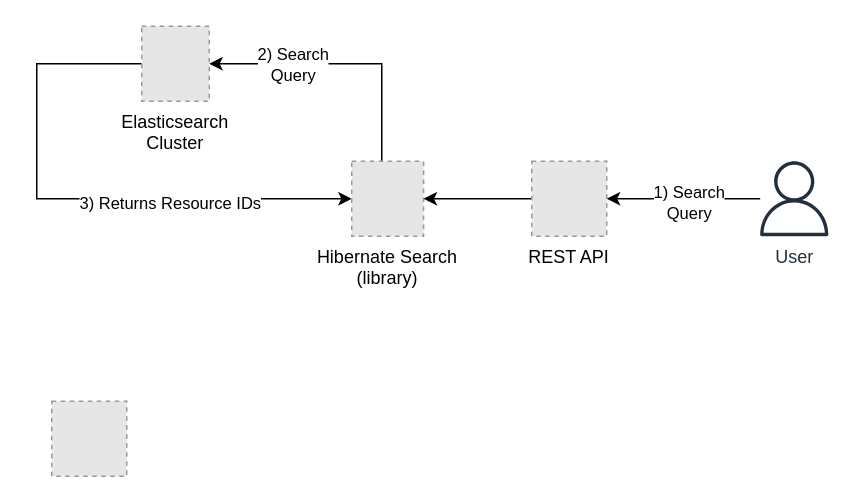
The draw.io diagram diagrams/elastic-search-architecture.drawio in Sage-Bionetworks/sage-monorepo, before the edit. Source tidied: cells renumbered, new cells numbered last; positions are measured from the earlier drawing's top-left corner, leaving out a move shared by most shapes. Both pictures are drawn from the tidied source at 150%, with x=0, y=0 at pixel (36, 26). Pictures stored in the file or linked from it are replaced by grey dashed boxes.
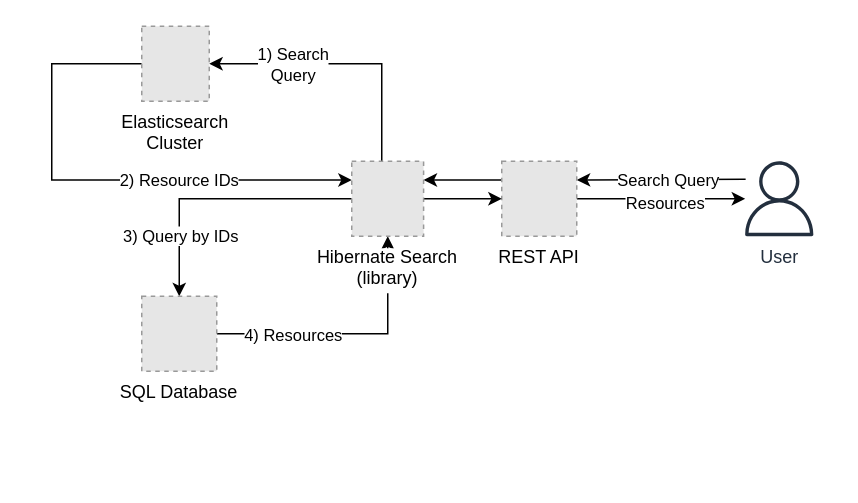
The same diagram, later.

The change refers to these unchanged cells:
```xml
<mxCell id="4" value="Elasticsearch&#10;Cluster&#10;" style="fillColor=#E6E6E6;strokeColor=#999999;dashed=1;verticalLabelPosition=bottom;labelBackgroundColor=default;verticalAlign=top;" parent="1" vertex="1">
  <mxGeometry x="70" width="45" height="50" as="geometry" />
</mxCell>
<mxCell id="5" style="edgeStyle=orthogonalEdgeStyle;rounded=0;jettySize=auto;html=1;entryX=1;entryY=0.5;entryDx=0;entryDy=0;" parent="1" edge="1" source="7" target="4">
  <mxGeometry relative="1" as="geometry">
    <Array as="points">
      <mxPoint x="230" y="25" />
    </Array>
  </mxGeometry>
</mxCell>
<mxCell id="7" value="Hibernate Search&#10;(library)&#10;" style="fillColor=#E6E6E6;strokeColor=#999999;dashed=1;verticalLabelPosition=bottom;labelBackgroundColor=default;verticalAlign=top;" parent="1" vertex="1">
  <mxGeometry x="210" y="90" width="47.9" height="50" as="geometry" />
</mxCell>
```

The edit, as a diff of the source:
```diff
@@
-    <mxCell id="2" style="edgeStyle=orthogonalEdgeStyle;rounded=0;jettySize=auto;html=1;entryX=0;entryY=0.5;entryDx=0;entryDy=0;" parent="1" edge="1" source="4" target="7">
+    <mxCell id="2" style="edgeStyle=orthogonalEdgeStyle;rounded=0;jettySize=auto;html=1;entryX=0;entryY=0.25;entryDx=0;entryDy=0;" parent="1" edge="1" source="4" target="7">
       <mxGeometry relative="1" as="geometry">
         <Array as="points">
-          <mxPoint y="25" />
-          <mxPoint y="115" />
+          <mxPoint x="10" y="25" />
+          <mxPoint x="10" y="103" />
+          <mxPoint x="210" y="103" />
         </Array>
       </mxGeometry>
     </mxCell>
-    <mxCell id="3" value="3) Returns Resource IDs" style="edgeLabel;html=1;align=center;verticalAlign=middle;" parent="2" vertex="1">
-      <mxGeometry x="0.34" y="-2" relative="1" as="geometry" />
+    <mxCell id="3" value="2) Resource IDs" style="edgeLabel;html=1;align=center;verticalAlign=middle;" parent="2" vertex="1">
+      <mxGeometry x="0.34" y="-2" relative="1" as="geometry">
+        <mxPoint x="-4" y="-2" as="offset" />
+      </mxGeometry>
     </mxCell>
@@
-    <mxCell id="6" value="&lt;div&gt;2) Search&lt;/div&gt;&lt;div&gt;Query&lt;br&gt;&lt;/div&gt;" style="edgeLabel;html=1;align=center;verticalAlign=middle;" parent="5" vertex="1">
+    <mxCell id="6" value="&lt;div&gt;1) Search&lt;/div&gt;&lt;div&gt;Query&lt;br&gt;&lt;/div&gt;" style="edgeLabel;html=1;align=center;verticalAlign=middle;" parent="5" vertex="1">
       <mxGeometry x="0.12" y="4" relative="1" as="geometry">
         <mxPoint x="-24" y="-4" as="offset" />
       </mxGeometry>
     </mxCell>
+    <mxCell id="14" style="edgeStyle=orthogonalEdgeStyle;rounded=0;jettySize=auto;html=1;entryX=0.5;entryY=0;entryDx=0;entryDy=0;exitX=0;exitY=0.5;exitDx=0;exitDy=0;" parent="1" edge="1" source="7" target="13">
+      <mxGeometry relative="1" as="geometry">
+        <Array as="points">
+          <mxPoint x="95" y="115" />
+        </Array>
+      </mxGeometry>
+    </mxCell>
+    <mxCell id="15" value="3) Query by IDs" style="edgeLabel;html=1;align=center;verticalAlign=middle;" parent="14" vertex="1">
+      <mxGeometry x="0.66" y="-1" relative="1" as="geometry">
+        <mxPoint x="1" y="-10" as="offset" />
+      </mxGeometry>
+    </mxCell>
+    <mxCell id="8" style="edgeStyle=orthogonalEdgeStyle;rounded=0;jettySize=auto;html=1;entryX=1;entryY=0.25;entryDx=0;entryDy=0;exitX=0;exitY=0.25;exitDx=0;exitDy=0;" parent="1" edge="1" source="9" target="7">
+      <mxGeometry relative="1" as="geometry" />
+    </mxCell>
+    <mxCell id="16" style="edgeStyle=orthogonalEdgeStyle;rounded=0;jettySize=auto;html=1;exitX=1;exitY=0.25;exitDx=0;exitDy=0;entryX=1;entryY=0.25;entryDx=0;entryDy=0;" parent="1" edge="1" target="9">
+      <mxGeometry relative="1" as="geometry">
+        <mxPoint x="472.6" y="102" as="sourcePoint" />
+      </mxGeometry>
+    </mxCell>
+    <mxCell id="17" value="Search Query" style="edgeLabel;html=1;align=center;verticalAlign=middle;" parent="16" vertex="1">
+      <mxGeometry x="-0.32" relative="1" as="geometry">
+        <mxPoint x="-14" as="offset" />
+      </mxGeometry>
+    </mxCell>
+    <mxCell id="18" style="edgeStyle=orthogonalEdgeStyle;rounded=0;jettySize=auto;html=1;" parent="1" edge="1" source="9" target="12">
+      <mxGeometry relative="1" as="geometry" />
+    </mxCell>
+    <mxCell id="19" value="Resources" style="edgeLabel;html=1;align=center;verticalAlign=middle;" parent="18" vertex="1">
+      <mxGeometry x="-0.06" y="-3" relative="1" as="geometry">
+        <mxPoint x="5" y="-1" as="offset" />
+      </mxGeometry>
+    </mxCell>
+    <mxCell id="9" value="REST API" style="fillColor=#E6E6E6;strokeColor=#999999;dashed=1;verticalLabelPosition=bottom;labelBackgroundColor=default;verticalAlign=top;" parent="1" vertex="1">
+      <mxGeometry x="310" y="90" width="50" height="50" as="geometry" />
+    </mxCell>
+    <mxCell id="12" value="User" style="outlineConnect=0;fontColor=#232F3E;gradientColor=none;fillColor=#232F3E;strokeColor=none;dashed=0;verticalLabelPosition=bottom;verticalAlign=top;align=center;html=1;fontSize=12;fontStyle=0;shape=mxgraph.aws4.user;labelBackgroundColor=none;fillStyle=solid;" parent="1" vertex="1">
+      <mxGeometry x="470" y="90" width="50" height="50" as="geometry" />
+    </mxCell>
+    <mxCell id="20" style="edgeStyle=orthogonalEdgeStyle;rounded=0;jettySize=auto;html=1;" parent="1" edge="1" source="13" target="7">
+      <mxGeometry relative="1" as="geometry" />
+    </mxCell>
+    <mxCell id="21" value="4) Resources" style="edgeLabel;html=1;align=center;verticalAlign=middle;" parent="20" vertex="1">
+      <mxGeometry x="-0.55" relative="1" as="geometry">
+        <mxPoint x="10" as="offset" />
+      </mxGeometry>
+    </mxCell>
+    <mxCell id="13" value="SQL Database" style="fillColor=#E6E6E6;strokeColor=#999999;dashed=1;verticalLabelPosition=bottom;labelBackgroundColor=default;verticalAlign=top;" parent="1" vertex="1">
+      <mxGeometry x="70" y="180" width="50" height="50" as="geometry" />
+    </mxCell>
+    <mxCell id="22" style="edgeStyle=orthogonalEdgeStyle;rounded=0;jettySize=auto;html=1;exitX=1;exitY=0.5;exitDx=0;exitDy=0;entryX=0;entryY=0.5;entryDx=0;entryDy=0;" parent="1" edge="1" source="7" target="9">
+      <mxGeometry relative="1" as="geometry" />
+    </mxCell>
@@
-    <mxCell id="8" style="edgeStyle=orthogonalEdgeStyle;rounded=0;jettySize=auto;html=1;entryX=1;entryY=0.5;entryDx=0;entryDy=0;" parent="1" edge="1" source="9" target="7">
-      <mxGeometry relative="1" as="geometry" />
-    </mxCell>
-    <mxCell id="9" value="REST API" style="fillColor=#E6E6E6;strokeColor=#999999;dashed=1;verticalLabelPosition=bottom;labelBackgroundColor=default;verticalAlign=top;" parent="1" vertex="1">
-      <mxGeometry x="330" y="90" width="50" height="50" as="geometry" />
-    </mxCell>
-    <mxCell id="10" style="edgeStyle=orthogonalEdgeStyle;rounded=0;jettySize=auto;html=1;entryX=1;entryY=0.5;entryDx=0;entryDy=0;" parent="1" edge="1" source="12" target="9">
-      <mxGeometry relative="1" as="geometry" />
-    </mxCell>
-    <mxCell id="11" value="1) Search&lt;br&gt;Query" style="edgeLabel;html=1;align=center;verticalAlign=middle;" parent="10" vertex="1">
-      <mxGeometry x="-0.06" y="2" relative="1" as="geometry" />
-    </mxCell>
-    <mxCell id="12" value="User" style="outlineConnect=0;fontColor=#232F3E;gradientColor=none;fillColor=#232F3E;strokeColor=none;dashed=0;verticalLabelPosition=bottom;verticalAlign=top;align=center;html=1;fontSize=12;fontStyle=0;shape=mxgraph.aws4.user;labelBackgroundColor=none;" parent="1" vertex="1">
-      <mxGeometry x="480" y="90" width="50" height="50" as="geometry" />
-    </mxCell>
-    <mxCell id="13" style="fillColor=#E6E6E6;strokeColor=#999999;dashed=1;verticalLabelPosition=bottom;labelBackgroundColor=default;verticalAlign=top;" parent="1" vertex="1">
-      <mxGeometry x="10" y="250" width="50" height="50" as="geometry" />
-    </mxCell>
```
